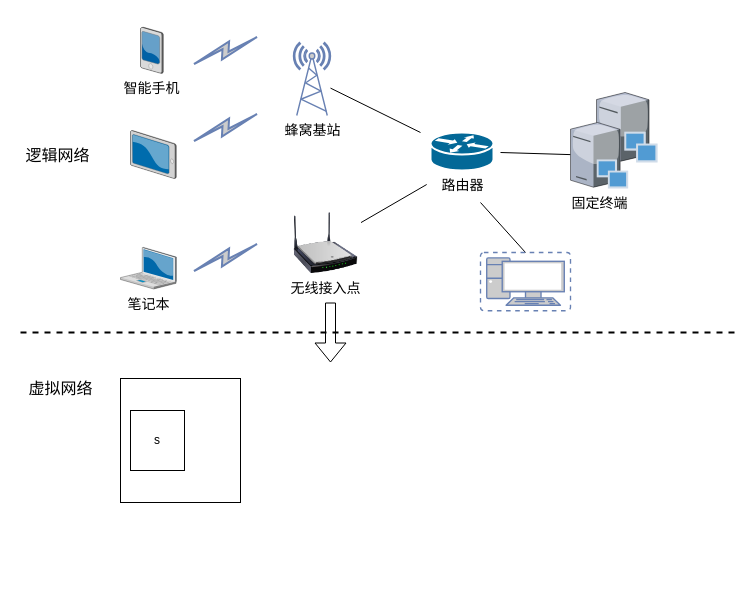
This is 移动互联网场景图.drawio from Icarus1994/neutron_conf, a draw.io file, before an edit. Source tidied: cells renumbered, new cells numbered last; positions are measured from the earlier drawing's top-left corner, leaving out a move shared by most shapes. Both pictures are drawn from the tidied source at 100%, with x=0, y=0 at pixel (17, 27).
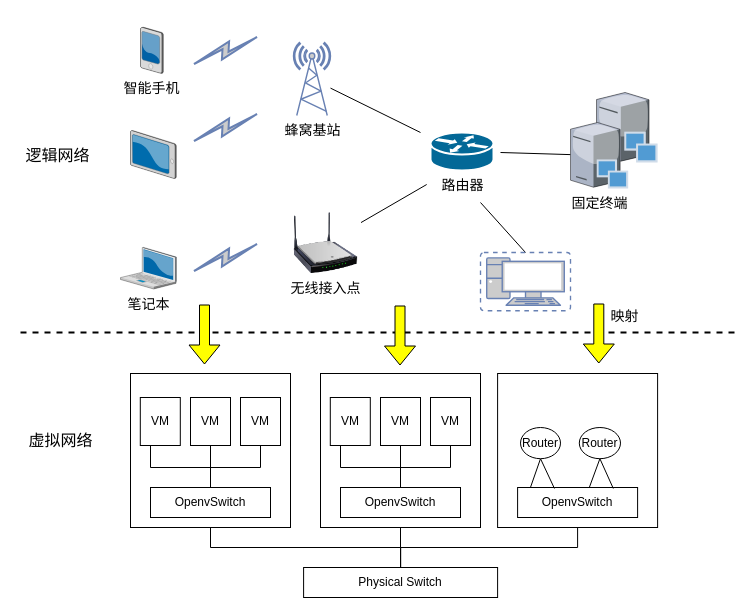
The same diagram, later.

Commit message:
Update 移动互联网场景图.drawio

What changed in the source:
```diff
@@
     <mxCell id="19" value="&lt;font style=&quot;font-size: 16px&quot;&gt;虚拟网络&lt;/font&gt;" style="text;html=1;align=center;verticalAlign=middle;" parent="1" vertex="1">
-      <mxGeometry x="3" y="351" width="80" height="20" as="geometry" />
+      <mxGeometry x="3" y="403" width="80" height="20" as="geometry" />
     </mxCell>
@@
+    <mxCell id="24" style="edgeStyle=orthogonalEdgeStyle;rounded=0;jettySize=auto;html=1;exitX=0.5;exitY=1;exitDx=0;exitDy=0;entryX=0.5;entryY=0;entryDx=0;entryDy=0;endArrow=none;endFill=0;" parent="1" edge="1" source="21" target="49">
+      <mxGeometry relative="1" as="geometry" />
+    </mxCell>
     <mxCell id="21" style="rounded=0;whiteSpace=wrap;html=1;" parent="1" vertex="1">
-      <mxGeometry x="103" y="351" width="120" height="124" as="geometry" />
+      <mxGeometry x="113" y="346" width="160" height="154" as="geometry" />
     </mxCell>
+    <mxCell id="25" style="edgeStyle=orthogonalEdgeStyle;rounded=0;jettySize=auto;html=1;exitX=0.5;exitY=1;exitDx=0;exitDy=0;endArrow=none;endFill=0;" parent="1" edge="1" source="22" target="30">
+      <mxGeometry relative="1" as="geometry">
+        <Array as="points">
+          <mxPoint x="133" y="440" />
+          <mxPoint x="193" y="440" />
+        </Array>
+      </mxGeometry>
+    </mxCell>
-    <mxCell id="22" value="s" style="rounded=0;whiteSpace=wrap;html=1;" parent="1" vertex="1">
-      <mxGeometry x="113" y="383" width="54" height="60" as="geometry" />
+    <mxCell id="22" value="VM" style="rounded=0;whiteSpace=wrap;html=1;" parent="1" vertex="1">
+      <mxGeometry x="122.8" y="370" width="40" height="48" as="geometry" />
     </mxCell>
-    <mxCell id="23" style="shape=flexArrow;endArrow=classic;html=1;strokeWidth=1;" parent="1" edge="1">
+    <mxCell id="23" style="shape=flexArrow;endArrow=classic;html=1;strokeWidth=1;fillColor=#FFFF00;strokeColor=#000000;" parent="1" edge="1">
       <mxGeometry relative="1" as="geometry">
-        <mxPoint x="313" y="275" as="sourcePoint" />
-        <mxPoint x="313" y="335" as="targetPoint" />
+        <mxPoint x="382.5" y="278" as="sourcePoint" />
+        <mxPoint x="382.5" y="338" as="targetPoint" />
       </mxGeometry>
     </mxCell>
+    <mxCell id="26" style="edgeStyle=orthogonalEdgeStyle;rounded=0;jettySize=auto;html=1;exitX=0.5;exitY=1;exitDx=0;exitDy=0;endArrow=none;endFill=0;" parent="1" edge="1" source="27">
+      <mxGeometry relative="1" as="geometry">
+        <mxPoint x="193" y="450" as="targetPoint" />
+      </mxGeometry>
+    </mxCell>
+    <mxCell id="27" value="VM" style="rounded=0;whiteSpace=wrap;html=1;" parent="1" vertex="1">
+      <mxGeometry x="173" y="370" width="40" height="48" as="geometry" />
+    </mxCell>
+    <mxCell id="28" style="edgeStyle=orthogonalEdgeStyle;rounded=0;orthogonalLoop=1;jettySize=auto;html=1;exitX=0.5;exitY=1;exitDx=0;exitDy=0;endArrow=none;endFill=0;" parent="1" edge="1">
+      <mxGeometry relative="1" as="geometry">
+        <mxPoint x="243" y="418" as="sourcePoint" />
+        <mxPoint x="193" y="460" as="targetPoint" />
+        <Array as="points">
+          <mxPoint x="243" y="440" />
+          <mxPoint x="193" y="440" />
+        </Array>
+      </mxGeometry>
+    </mxCell>
+    <mxCell id="29" value="VM" style="rounded=0;whiteSpace=wrap;html=1;" parent="1" vertex="1">
+      <mxGeometry x="223" y="370" width="40" height="48" as="geometry" />
+    </mxCell>
+    <mxCell id="30" value="OpenvSwitch" style="rounded=0;whiteSpace=wrap;html=1;" parent="1" vertex="1">
+      <mxGeometry x="133" y="460" width="120" height="30" as="geometry" />
+    </mxCell>
+    <mxCell id="31" style="edgeStyle=orthogonalEdgeStyle;rounded=0;jettySize=auto;html=1;exitX=0.5;exitY=1;exitDx=0;exitDy=0;endArrow=none;endFill=0;" parent="1" edge="1" source="32">
+      <mxGeometry relative="1" as="geometry">
+        <mxPoint x="383" y="520" as="targetPoint" />
+      </mxGeometry>
+    </mxCell>
+    <mxCell id="32" style="rounded=0;whiteSpace=wrap;html=1;" parent="1" vertex="1">
+      <mxGeometry x="303" y="346" width="160" height="154" as="geometry" />
+    </mxCell>
+    <mxCell id="33" style="edgeStyle=orthogonalEdgeStyle;rounded=0;jettySize=auto;html=1;exitX=0.5;exitY=1;exitDx=0;exitDy=0;endArrow=none;endFill=0;" parent="1" edge="1" source="34" target="39">
+      <mxGeometry relative="1" as="geometry">
+        <Array as="points">
+          <mxPoint x="323" y="440" />
+          <mxPoint x="383" y="440" />
+        </Array>
+      </mxGeometry>
+    </mxCell>
+    <mxCell id="34" value="VM" style="rounded=0;whiteSpace=wrap;html=1;" parent="1" vertex="1">
+      <mxGeometry x="312.8" y="370" width="40" height="48" as="geometry" />
+    </mxCell>
+    <mxCell id="35" style="edgeStyle=orthogonalEdgeStyle;rounded=0;jettySize=auto;html=1;exitX=0.5;exitY=1;exitDx=0;exitDy=0;endArrow=none;endFill=0;" parent="1" edge="1" source="36">
+      <mxGeometry relative="1" as="geometry">
+        <mxPoint x="383" y="450" as="targetPoint" />
+      </mxGeometry>
+    </mxCell>
+    <mxCell id="36" value="VM" style="rounded=0;whiteSpace=wrap;html=1;" parent="1" vertex="1">
+      <mxGeometry x="363" y="370" width="40" height="48" as="geometry" />
+    </mxCell>
+    <mxCell id="37" style="edgeStyle=orthogonalEdgeStyle;rounded=0;orthogonalLoop=1;jettySize=auto;html=1;exitX=0.5;exitY=1;exitDx=0;exitDy=0;endArrow=none;endFill=0;" parent="1" edge="1">
+      <mxGeometry relative="1" as="geometry">
+        <mxPoint x="433" y="418" as="sourcePoint" />
+        <mxPoint x="383" y="460" as="targetPoint" />
+        <Array as="points">
+          <mxPoint x="433" y="440" />
+          <mxPoint x="383" y="440" />
+        </Array>
+      </mxGeometry>
+    </mxCell>
+    <mxCell id="38" value="VM" style="rounded=0;whiteSpace=wrap;html=1;" parent="1" vertex="1">
+      <mxGeometry x="413" y="370" width="40" height="48" as="geometry" />
+    </mxCell>
+    <mxCell id="39" value="OpenvSwitch" style="rounded=0;whiteSpace=wrap;html=1;" parent="1" vertex="1">
+      <mxGeometry x="323" y="460" width="120" height="30" as="geometry" />
+    </mxCell>
+    <mxCell id="40" style="edgeStyle=orthogonalEdgeStyle;rounded=0;jettySize=auto;html=1;exitX=0.5;exitY=1;exitDx=0;exitDy=0;entryX=0.5;entryY=0;entryDx=0;entryDy=0;endArrow=none;endFill=0;" parent="1" edge="1" source="41" target="49">
+      <mxGeometry relative="1" as="geometry" />
+    </mxCell>
+    <mxCell id="41" style="rounded=0;whiteSpace=wrap;html=1;" parent="1" vertex="1">
+      <mxGeometry x="480.1" y="346" width="160" height="154" as="geometry" />
+    </mxCell>
+    <mxCell id="42" value="OpenvSwitch" style="rounded=0;whiteSpace=wrap;html=1;" parent="1" vertex="1">
+      <mxGeometry x="500.1" y="460" width="120" height="30" as="geometry" />
+    </mxCell>
+    <mxCell id="43" style="rounded=0;jettySize=auto;html=1;exitX=0.5;exitY=1;exitDx=0;exitDy=0;entryX=0.107;entryY=0;entryDx=0;entryDy=0;endArrow=none;endFill=0;entryPerimeter=0;" parent="1" edge="1" source="45" target="42">
+      <mxGeometry relative="1" as="geometry" />
+    </mxCell>
+    <mxCell id="44" style="edgeStyle=none;rounded=0;jettySize=auto;html=1;exitX=0.5;exitY=1;exitDx=0;exitDy=0;entryX=0.307;entryY=0.033;entryDx=0;entryDy=0;entryPerimeter=0;endArrow=none;endFill=0;" parent="1" edge="1" source="45" target="42">
+      <mxGeometry relative="1" as="geometry" />
+    </mxCell>
+    <mxCell id="45" value="Router" style="ellipse;whiteSpace=wrap;html=1;" parent="1" vertex="1">
+      <mxGeometry x="503" y="400" width="40" height="31.2" as="geometry" />
+    </mxCell>
+    <mxCell id="46" style="rounded=0;jettySize=auto;html=1;exitX=0.5;exitY=1;exitDx=0;exitDy=0;entryX=0.107;entryY=0;entryDx=0;entryDy=0;endArrow=none;endFill=0;entryPerimeter=0;" parent="1" edge="1" source="48">
+      <mxGeometry relative="1" as="geometry">
+        <mxPoint x="571.8" y="460" as="targetPoint" />
+      </mxGeometry>
+    </mxCell>
+    <mxCell id="47" style="edgeStyle=none;rounded=0;jettySize=auto;html=1;exitX=0.5;exitY=1;exitDx=0;exitDy=0;entryX=0.307;entryY=0.033;entryDx=0;entryDy=0;entryPerimeter=0;endArrow=none;endFill=0;" parent="1" edge="1" source="48">
+      <mxGeometry relative="1" as="geometry">
+        <mxPoint x="595.8" y="461" as="targetPoint" />
+      </mxGeometry>
+    </mxCell>
+    <mxCell id="48" value="Router" style="ellipse;whiteSpace=wrap;html=1;" parent="1" vertex="1">
+      <mxGeometry x="561.8" y="400" width="41.2" height="31.2" as="geometry" />
+    </mxCell>
+    <mxCell id="49" value="Physical Switch" style="rounded=0;whiteSpace=wrap;html=1;" parent="1" vertex="1">
+      <mxGeometry x="286.1" y="540" width="194" height="30" as="geometry" />
+    </mxCell>
+    <mxCell id="50" style="shape=flexArrow;endArrow=classic;html=1;strokeWidth=1;fillColor=#FFFF00;strokeColor=#000000;" parent="1" edge="1">
+      <mxGeometry relative="1" as="geometry">
+        <mxPoint x="581.3" y="276" as="sourcePoint" />
+        <mxPoint x="581.3" y="336" as="targetPoint" />
+      </mxGeometry>
+    </mxCell>
+    <mxCell id="51" style="shape=flexArrow;endArrow=classic;html=1;strokeWidth=1;fillColor=#FFFF00;strokeColor=#000000;" parent="1" edge="1">
+      <mxGeometry relative="1" as="geometry">
+        <mxPoint x="187" y="277" as="sourcePoint" />
+        <mxPoint x="187" y="337" as="targetPoint" />
+      </mxGeometry>
+    </mxCell>
+    <mxCell id="52" value="&lt;font style=&quot;font-size: 14px&quot;&gt;映射&lt;/font&gt;" style="text;html=1;align=center;verticalAlign=middle;" parent="1" vertex="1">
+      <mxGeometry x="588" y="279" width="38" height="19" as="geometry" />
+    </mxCell>
```
